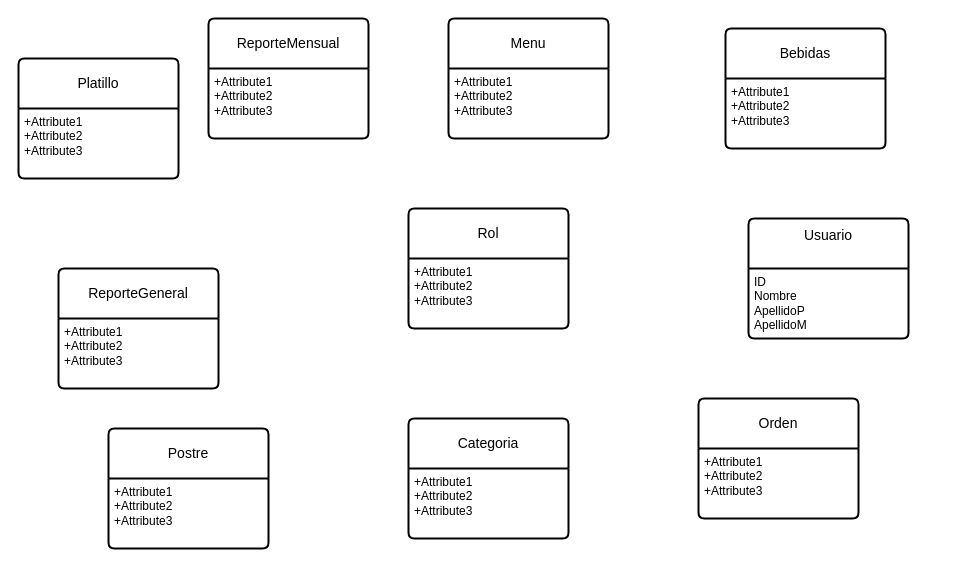
This is Diagrama sin título.drawio from OSCARCH2002/diagramas, a draw.io file, before an edit. Source tidied: cells renumbered, new cells numbered last; positions are measured from the earlier drawing's top-left corner, leaving out a move shared by most shapes. Both pictures are drawn from the tidied source at 100%, with x=0, y=0 at pixel (18, 18).
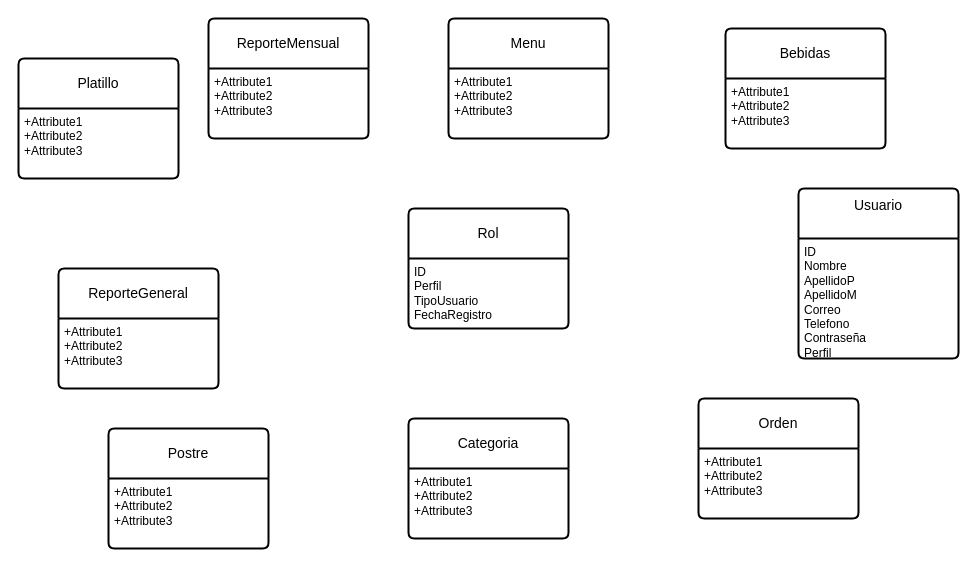
Above is the later version.

The change refers to these unchanged cells:
```xml
<mxCell id="2" value="Rol" style="swimlane;horizontal=1;startSize=50;rounded=1;fontSize=14;fontStyle=0;strokeWidth=2;shadow=0;dashed=0;align=center;arcSize=4;whiteSpace=wrap;html=1;" parent="1" vertex="1">
  <mxGeometry x="390" y="190" width="160" height="120" as="geometry" />
</mxCell>
```

Change to the diagram source:
```diff
@@
-    <mxCell id="3" value="+Attribute1&#10;+Attribute2&#10;+Attribute3" style="align=left;strokeColor=none;fillColor=none;spacingLeft=4;spacingRight=4;fontSize=12;verticalAlign=top;html=1;whiteSpace=wrap;" parent="2" vertex="1">
+    <mxCell id="3" value="ID&lt;div&gt;Perfil&lt;/div&gt;&lt;div&gt;TipoUsuario&lt;/div&gt;&lt;div&gt;FechaRegistro&lt;/div&gt;" style="align=left;strokeColor=none;fillColor=none;spacingLeft=4;spacingRight=4;fontSize=12;verticalAlign=top;html=1;whiteSpace=wrap;" parent="2" vertex="1">
       <mxGeometry y="50" width="160" height="70" as="geometry" />
     </mxCell>
     <mxCell id="4" value="Usuario&lt;div&gt;&lt;br&gt;&lt;/div&gt;" style="swimlane;horizontal=1;startSize=50;rounded=1;fontSize=14;fontStyle=0;strokeWidth=2;shadow=0;dashed=0;align=center;arcSize=4;whiteSpace=wrap;html=1;" parent="1" vertex="1">
-      <mxGeometry x="730" y="200" width="160" height="120" as="geometry" />
+      <mxGeometry x="780" y="170" width="160" height="170" as="geometry" />
     </mxCell>
-    <mxCell id="5" value="ID&lt;div&gt;Nombre&lt;/div&gt;&lt;div&gt;ApellidoP&lt;/div&gt;&lt;div&gt;ApellidoM&lt;/div&gt;" style="align=left;strokeColor=none;fillColor=none;spacingLeft=4;spacingRight=4;fontSize=12;verticalAlign=top;html=1;whiteSpace=wrap;" parent="4" vertex="1">
-      <mxGeometry y="50" width="160" height="70" as="geometry" />
+    <mxCell id="5" value="ID&lt;div&gt;Nombre&lt;/div&gt;&lt;div&gt;ApellidoP&lt;/div&gt;&lt;div&gt;ApellidoM&lt;/div&gt;&lt;div&gt;Correo&lt;/div&gt;&lt;div&gt;Telefono&lt;/div&gt;&lt;div&gt;Contraseña&lt;/div&gt;&lt;div&gt;Perfil&lt;/div&gt;" style="align=left;strokeColor=none;fillColor=none;spacingLeft=4;spacingRight=4;fontSize=12;verticalAlign=top;html=1;whiteSpace=wrap;" parent="4" vertex="1">
+      <mxGeometry y="50" width="160" height="120" as="geometry" />
     </mxCell>
```
